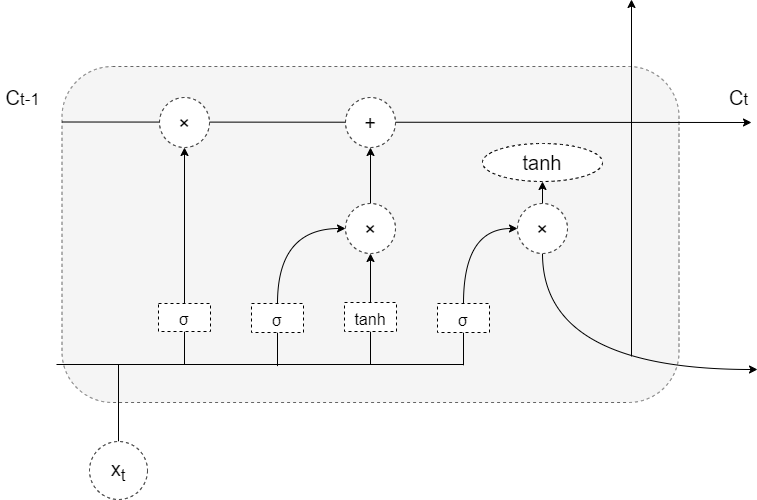
lakomi/pictures keeps this draw.io diagram as Untitled Diagram.drawio.png. Above is the earlier version. Source tidied: cells renumbered, new cells last; positions are measured from the earlier drawing's top-left corner, leaving out a move shared by most shapes.
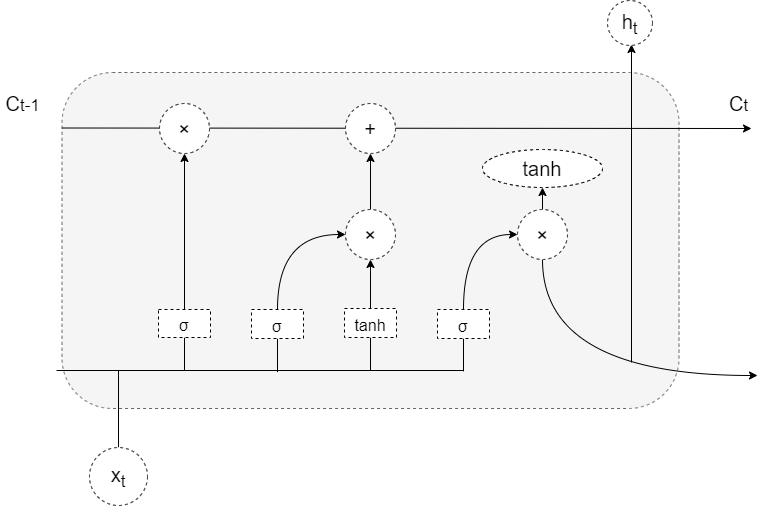
Above is the later version.

The edit, as a diff of the source:
```diff
@@ -102,7 +102,7 @@
     <mxCell id="27" style="endArrow=classic;html=1;rounded=0;fontSize=20;curved=1;elbow=vertical;" parent="1" edge="1">
       <mxGeometry relative="1" as="geometry">
         <mxPoint x="631" y="357" as="sourcePoint" />
-        <mxPoint x="631" as="targetPoint" />
+        <mxPoint x="631" y="39" as="targetPoint" />
       </mxGeometry>
     </mxCell>
     <mxCell id="28" value="C&lt;span style=&quot;font-size: 16.6667px&quot;&gt;t&lt;br&gt;&lt;/span&gt;" style="text;html=1;align=center;verticalAlign=middle;strokeColor=none;fillColor=none;fontSize=20;" parent="1" vertex="1">
@@ -111,5 +111,8 @@
     <mxCell id="29" value="C&lt;span style=&quot;font-size: 16.6667px&quot;&gt;t-1&lt;br&gt;&lt;/span&gt;" style="text;html=1;align=center;verticalAlign=middle;strokeColor=none;fillColor=none;fontSize=20;" parent="1" vertex="1">
       <mxGeometry y="83" width="44" height="30" as="geometry" />
     </mxCell>
+    <mxCell id="30" value="h&lt;sub&gt;t&lt;/sub&gt;" style="ellipse;whiteSpace=wrap;html=1;dashed=1;fontSize=20;strokeColor=#000000;strokeWidth=1;" parent="1" vertex="1">
+      <mxGeometry x="607" y="-5" width="45" height="45" as="geometry" />
+    </mxCell>
   </root>
 </mxGraphModel>
```
